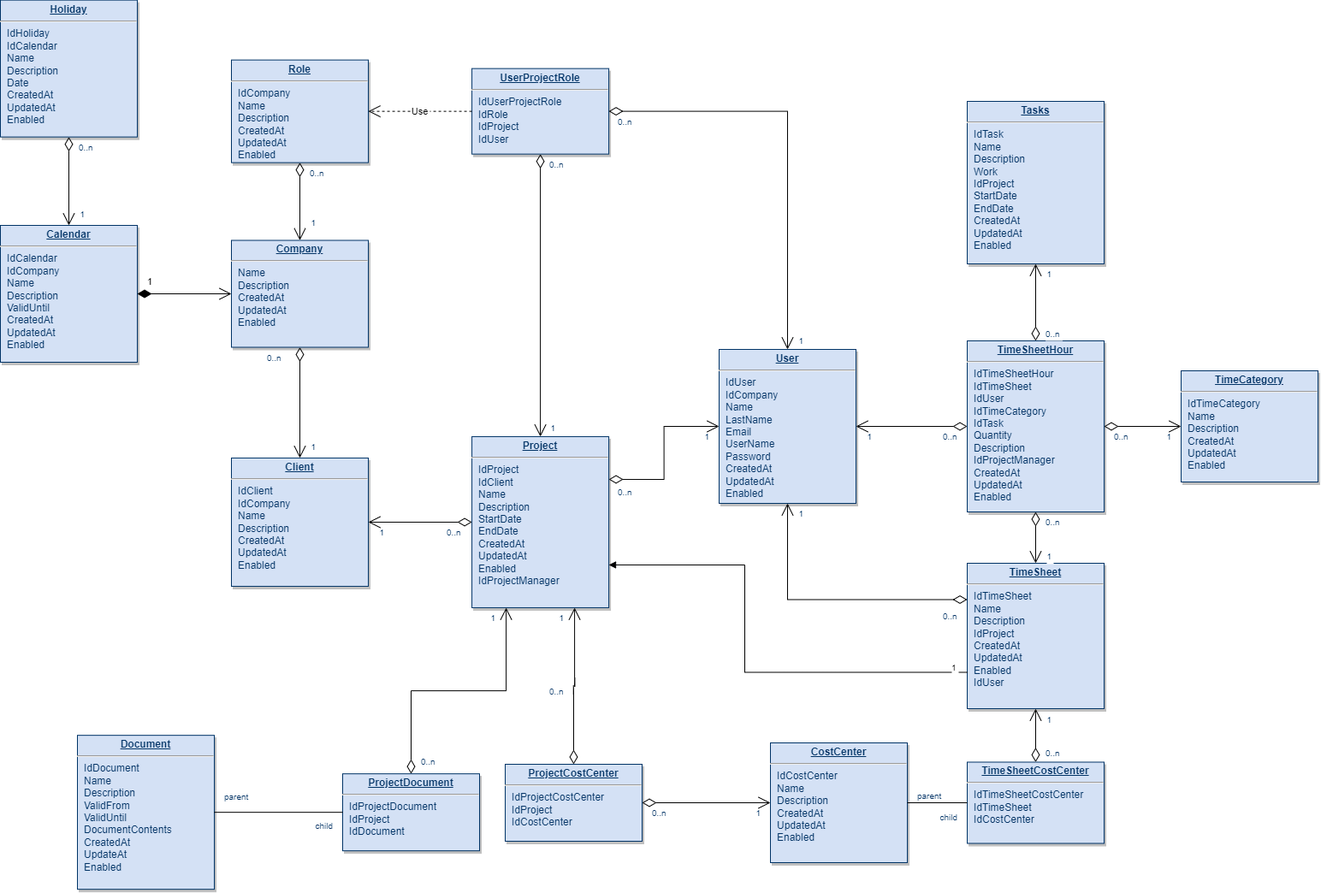
Before: homework03/diagram.png, a diagram exported from draw.io (nicoleolv/coe332-sp24). Source tidied: cells renumbered, new cells last; positions are measured from the earlier drawing's top-left corner, leaving out a move shared by most shapes.
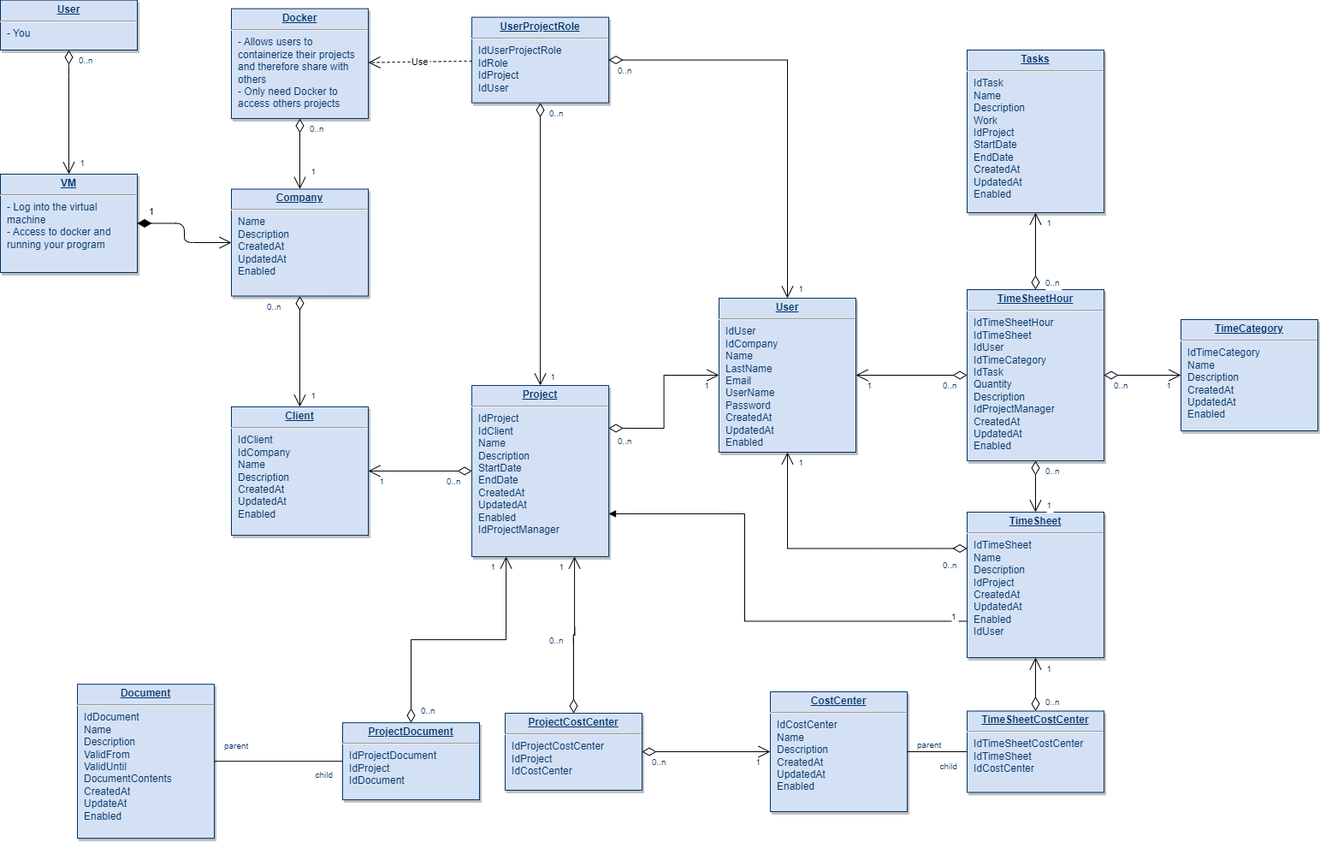
Above is the later version.

What changed in the source:
```diff
@@ -2,14 +2,14 @@
   <root>
     <mxCell id="0" />
     <mxCell id="1" parent="0" />
-    <mxCell id="2" value="&lt;p style=&quot;margin: 0px; margin-top: 4px; text-align: center; text-decoration: underline;&quot;&gt;&lt;strong&gt;Role&lt;/strong&gt;&lt;/p&gt;&lt;hr /&gt;&lt;p style=&quot;margin: 0px; margin-left: 8px;&quot;&gt;IdCompany&lt;br /&gt;Name&lt;/p&gt;&lt;p style=&quot;margin: 0px; margin-left: 8px;&quot;&gt;Description&lt;/p&gt;&lt;p style=&quot;margin: 0px; margin-left: 8px;&quot;&gt;CreatedAt&lt;/p&gt;&lt;p style=&quot;margin: 0px; margin-left: 8px;&quot;&gt;UpdatedAt&lt;/p&gt;&lt;p style=&quot;margin: 0px; margin-left: 8px;&quot;&gt;Enabled&lt;/p&gt;" style="verticalAlign=top;align=left;overflow=fill;fontSize=12;fontFamily=Helvetica;html=1;strokeColor=#003366;shadow=1;fillColor=#D4E1F5;fontColor=#003366;" parent="1" vertex="1">
-      <mxGeometry x="270" y="69.6" width="160" height="120" as="geometry" />
+    <mxCell id="2" value="&lt;p style=&quot;margin: 0px; margin-top: 4px; text-align: center; text-decoration: underline;&quot;&gt;&lt;b&gt;Docker&lt;/b&gt;&lt;/p&gt;&lt;hr&gt;&lt;p style=&quot;margin: 0px; margin-left: 8px;&quot;&gt;- Allows users to&amp;nbsp;&lt;/p&gt;&lt;p style=&quot;margin: 0px; margin-left: 8px;&quot;&gt;containerize their projects&lt;/p&gt;&lt;p style=&quot;margin: 0px; margin-left: 8px;&quot;&gt;and therefore share with&amp;nbsp;&lt;/p&gt;&lt;p style=&quot;margin: 0px; margin-left: 8px;&quot;&gt;others&lt;/p&gt;&lt;p style=&quot;margin: 0px; margin-left: 8px;&quot;&gt;- Only need Docker to&amp;nbsp;&lt;/p&gt;&lt;p style=&quot;margin: 0px; margin-left: 8px;&quot;&gt;access others projects&lt;/p&gt;" style="verticalAlign=top;align=left;overflow=fill;fontSize=12;fontFamily=Helvetica;html=1;strokeColor=#003366;shadow=1;fillColor=#D4E1F5;fontColor=#003366;" parent="1" vertex="1">
+      <mxGeometry x="270" y="69.6" width="160" height="128.4" as="geometry" />
     </mxCell>
     <mxCell id="3" value="&lt;p style=&quot;margin: 0px; margin-top: 4px; text-align: center; text-decoration: underline;&quot;&gt;&lt;strong&gt;Company&lt;/strong&gt;&lt;/p&gt;&lt;hr /&gt;&lt;p style=&quot;margin: 0px; margin-left: 8px;&quot;&gt;Name&lt;/p&gt;&lt;p style=&quot;margin: 0px; margin-left: 8px;&quot;&gt;Description&lt;/p&gt;&lt;p style=&quot;margin: 0px; margin-left: 8px;&quot;&gt;CreatedAt&lt;/p&gt;&lt;p style=&quot;margin: 0px; margin-left: 8px;&quot;&gt;UpdatedAt&lt;/p&gt;&lt;p style=&quot;margin: 0px; margin-left: 8px;&quot;&gt;Enabled&lt;/p&gt;" style="verticalAlign=top;align=left;overflow=fill;fontSize=12;fontFamily=Helvetica;html=1;strokeColor=#003366;shadow=1;fillColor=#D4E1F5;fontColor=#003366;" parent="1" vertex="1">
       <mxGeometry x="270" y="280.5" width="160" height="125" as="geometry" />
     </mxCell>
-    <mxCell id="4" value="&lt;p style=&quot;margin: 0px; margin-top: 4px; text-align: center; text-decoration: underline;&quot;&gt;&lt;strong&gt;Calendar&lt;/strong&gt;&lt;/p&gt;&lt;hr /&gt;&lt;p style=&quot;margin: 0px; margin-left: 8px;&quot;&gt;IdCalendar&lt;/p&gt;&lt;p style=&quot;margin: 0px; margin-left: 8px;&quot;&gt;IdCompany&lt;/p&gt;&lt;p style=&quot;margin: 0px; margin-left: 8px;&quot;&gt;Name&lt;/p&gt;&lt;p style=&quot;margin: 0px; margin-left: 8px;&quot;&gt;Description&lt;/p&gt;&lt;p style=&quot;margin: 0px; margin-left: 8px;&quot;&gt;ValidUntil&lt;/p&gt;&lt;p style=&quot;margin: 0px; margin-left: 8px;&quot;&gt;CreatedAt&lt;/p&gt;&lt;p style=&quot;margin: 0px; margin-left: 8px;&quot;&gt;UpdatedAt&lt;/p&gt;&lt;p style=&quot;margin: 0px; margin-left: 8px;&quot;&gt;Enabled&lt;/p&gt;" style="verticalAlign=top;align=left;overflow=fill;fontSize=12;fontFamily=Helvetica;html=1;strokeColor=#003366;shadow=1;fillColor=#D4E1F5;fontColor=#003366;" parent="1" vertex="1">
-      <mxGeometry y="263" width="160" height="160" as="geometry" />
+    <mxCell id="4" value="&lt;p style=&quot;margin: 0px; margin-top: 4px; text-align: center; text-decoration: underline;&quot;&gt;&lt;b&gt;VM&lt;/b&gt;&lt;/p&gt;&lt;hr&gt;&lt;p style=&quot;margin: 0px; margin-left: 8px;&quot;&gt;- Log into the virtual&lt;/p&gt;&lt;p style=&quot;margin: 0px; margin-left: 8px;&quot;&gt;&lt;span style=&quot;background-color: initial;&quot;&gt;machine&lt;/span&gt;&lt;/p&gt;&lt;p style=&quot;margin: 0px; margin-left: 8px;&quot;&gt;&lt;span style=&quot;background-color: initial;&quot;&gt;- Access to docker and&amp;nbsp;&lt;/span&gt;&lt;/p&gt;&lt;p style=&quot;margin: 0px; margin-left: 8px;&quot;&gt;&lt;span style=&quot;background-color: initial;&quot;&gt;running your program&amp;nbsp;&lt;/span&gt;&lt;/p&gt;&lt;p style=&quot;margin: 0px; margin-left: 8px;&quot;&gt;&amp;nbsp; &amp;nbsp;&amp;nbsp;&lt;/p&gt;" style="verticalAlign=top;align=left;overflow=fill;fontSize=12;fontFamily=Helvetica;html=1;strokeColor=#003366;shadow=1;fillColor=#D4E1F5;fontColor=#003366;" parent="1" vertex="1">
+      <mxGeometry y="263" width="160" height="115" as="geometry" />
     </mxCell>
     <mxCell id="5" value="&lt;p style=&quot;margin: 0px; margin-top: 4px; text-align: center; text-decoration: underline;&quot;&gt;&lt;strong&gt;User&lt;/strong&gt;&lt;/p&gt;&lt;hr /&gt;&lt;p style=&quot;margin: 0px; margin-left: 8px;&quot;&gt;IdUser&lt;/p&gt;&lt;p style=&quot;margin: 0px; margin-left: 8px;&quot;&gt;IdCompany&lt;/p&gt;&lt;p style=&quot;margin: 0px; margin-left: 8px;&quot;&gt;Name&lt;/p&gt;&lt;p style=&quot;margin: 0px; margin-left: 8px;&quot;&gt;LastName&lt;/p&gt;&lt;p style=&quot;margin: 0px; margin-left: 8px;&quot;&gt;Email&lt;/p&gt;&lt;p style=&quot;margin: 0px; margin-left: 8px;&quot;&gt;UserName&lt;/p&gt;&lt;p style=&quot;margin: 0px; margin-left: 8px;&quot;&gt;Password&lt;/p&gt;&lt;p style=&quot;margin: 0px; margin-left: 8px;&quot;&gt;CreatedAt&lt;/p&gt;&lt;p style=&quot;margin: 0px; margin-left: 8px;&quot;&gt;UpdatedAt&lt;/p&gt;&lt;p style=&quot;margin: 0px; margin-left: 8px;&quot;&gt;Enabled&lt;/p&gt;" style="verticalAlign=top;align=left;overflow=fill;fontSize=12;fontFamily=Helvetica;html=1;strokeColor=#003366;shadow=1;fillColor=#D4E1F5;fontColor=#003366;" parent="1" vertex="1">
       <mxGeometry x="840" y="408" width="160" height="180" as="geometry" />
@@ -20,8 +20,8 @@
     <mxCell id="7" value="&lt;p style=&quot;margin: 0px; margin-top: 4px; text-align: center; text-decoration: underline;&quot;&gt;&lt;strong&gt;Client&lt;/strong&gt;&lt;/p&gt;&lt;hr /&gt;&lt;p style=&quot;margin: 0px; margin-left: 8px;&quot;&gt;IdClient&lt;/p&gt;&lt;p style=&quot;margin: 0px; margin-left: 8px;&quot;&gt;IdCompany&lt;/p&gt;&lt;p style=&quot;margin: 0px; margin-left: 8px;&quot;&gt;Name&lt;/p&gt;&lt;p style=&quot;margin: 0px; margin-left: 8px;&quot;&gt;Description&lt;/p&gt;&lt;p style=&quot;margin: 0px; margin-left: 8px;&quot;&gt;CreatedAt&lt;/p&gt;&lt;p style=&quot;margin: 0px; margin-left: 8px;&quot;&gt;UpdatedAt&lt;/p&gt;&lt;p style=&quot;margin: 0px; margin-left: 8px;&quot;&gt;Enabled&lt;/p&gt;" style="verticalAlign=top;align=left;overflow=fill;fontSize=12;fontFamily=Helvetica;html=1;strokeColor=#003366;shadow=1;fillColor=#D4E1F5;fontColor=#003366;" parent="1" vertex="1">
       <mxGeometry x="270" y="535" width="160" height="150" as="geometry" />
     </mxCell>
-    <mxCell id="8" value="&lt;p style=&quot;margin: 0px; margin-top: 4px; text-align: center; text-decoration: underline;&quot;&gt;&lt;strong&gt;Holiday&lt;/strong&gt;&lt;/p&gt;&lt;hr /&gt;&lt;p style=&quot;margin: 0px; margin-left: 8px;&quot;&gt;IdHoliday&lt;/p&gt;&lt;p style=&quot;margin: 0px; margin-left: 8px;&quot;&gt;IdCalendar&lt;/p&gt;&lt;p style=&quot;margin: 0px; margin-left: 8px;&quot;&gt;Name&lt;/p&gt;&lt;p style=&quot;margin: 0px; margin-left: 8px;&quot;&gt;Description&lt;/p&gt;&lt;p style=&quot;margin: 0px; margin-left: 8px;&quot;&gt;Date&lt;/p&gt;&lt;p style=&quot;margin: 0px; margin-left: 8px;&quot;&gt;CreatedAt&lt;/p&gt;&lt;p style=&quot;margin: 0px; margin-left: 8px;&quot;&gt;UpdatedAt&lt;/p&gt;&lt;p style=&quot;margin: 0px; margin-left: 8px;&quot;&gt;Enabled&lt;/p&gt;" style="verticalAlign=top;align=left;overflow=fill;fontSize=12;fontFamily=Helvetica;html=1;strokeColor=#003366;shadow=1;fillColor=#D4E1F5;fontColor=#003366;" parent="1" vertex="1">
-      <mxGeometry y="-0.4" width="160" height="160" as="geometry" />
+    <mxCell id="8" value="&lt;p style=&quot;margin: 0px; margin-top: 4px; text-align: center; text-decoration: underline;&quot;&gt;&lt;b&gt;User&lt;/b&gt;&lt;/p&gt;&lt;hr&gt;&lt;p style=&quot;margin: 0px; margin-left: 8px;&quot;&gt;- You&amp;nbsp;&lt;/p&gt;" style="verticalAlign=top;align=left;overflow=fill;fontSize=12;fontFamily=Helvetica;html=1;strokeColor=#003366;shadow=1;fillColor=#D4E1F5;fontColor=#003366;" parent="1" vertex="1">
+      <mxGeometry y="59.6" width="160" height="58.4" as="geometry" />
     </mxCell>
     <mxCell id="9" value="&lt;p style=&quot;margin: 0px; margin-top: 4px; text-align: center; text-decoration: underline;&quot;&gt;&lt;strong&gt;TimeSheet&lt;/strong&gt;&lt;/p&gt;&lt;hr /&gt;&lt;p style=&quot;margin: 0px; margin-left: 8px;&quot;&gt;IdTimeSheet&lt;/p&gt;&lt;p style=&quot;margin: 0px; margin-left: 8px;&quot;&gt;Name&lt;/p&gt;&lt;p style=&quot;margin: 0px; margin-left: 8px;&quot;&gt;Description&lt;/p&gt;&lt;p style=&quot;margin: 0px; margin-left: 8px;&quot;&gt;IdProject&lt;/p&gt;&lt;p style=&quot;margin: 0px; margin-left: 8px;&quot;&gt;CreatedAt&lt;/p&gt;&lt;p style=&quot;margin: 0px; margin-left: 8px;&quot;&gt;UpdatedAt&lt;/p&gt;&lt;p style=&quot;margin: 0px; margin-left: 8px;&quot;&gt;Enabled&lt;/p&gt;&lt;p style=&quot;margin: 0px; margin-left: 8px;&quot;&gt;IdUser&lt;/p&gt;" style="verticalAlign=top;align=left;overflow=fill;fontSize=12;fontFamily=Helvetica;html=1;strokeColor=#003366;shadow=1;fillColor=#D4E1F5;fontColor=#003366;" parent="1" vertex="1">
       <mxGeometry x="1130" y="658" width="160" height="170" as="geometry" />
@@ -236,7 +236,12 @@
       </mxGeometry>
     </mxCell>
     <mxCell id="61" style="endArrow=open;endSize=12;startArrow=diamondThin;startSize=14;startFill=0;edgeStyle=orthogonalEdgeStyle;" parent="1" edge="1" source="8" target="4">
-      <mxGeometry x="620" y="340" as="geometry" />
+      <mxGeometry x="620" y="340" as="geometry">
+        <Array as="points">
+          <mxPoint x="80" y="138" />
+          <mxPoint x="80" y="138" />
+        </Array>
+      </mxGeometry>
     </mxCell>
     <mxCell id="62" value="0..n" style="align=left;verticalAlign=top;labelBackgroundColor=#ffffff;fontSize=10;strokeColor=#003366;shadow=1;fillColor=#D4E1F5;fontColor=#003366;" parent="61" vertex="1">
       <mxGeometry x="-1" relative="1" as="geometry">
```
